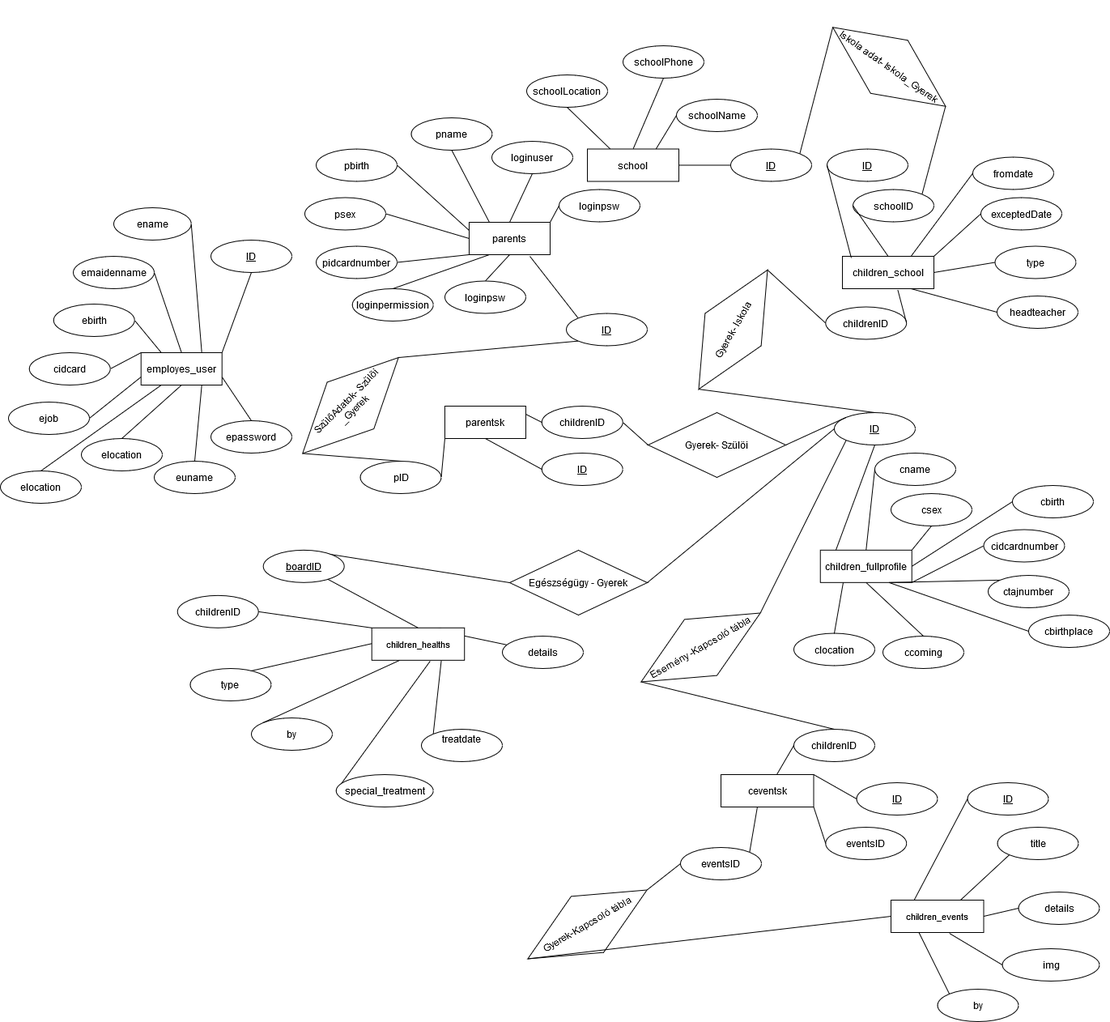
Before: Zaró dolgozat/E-K Diagram.png, a diagram exported from draw.io (UnicornsLover/Szakdolgozat2020). Source tidied: cells renumbered, new cells last; positions are measured from the earlier drawing's top-left corner, leaving out a move shared by most shapes.
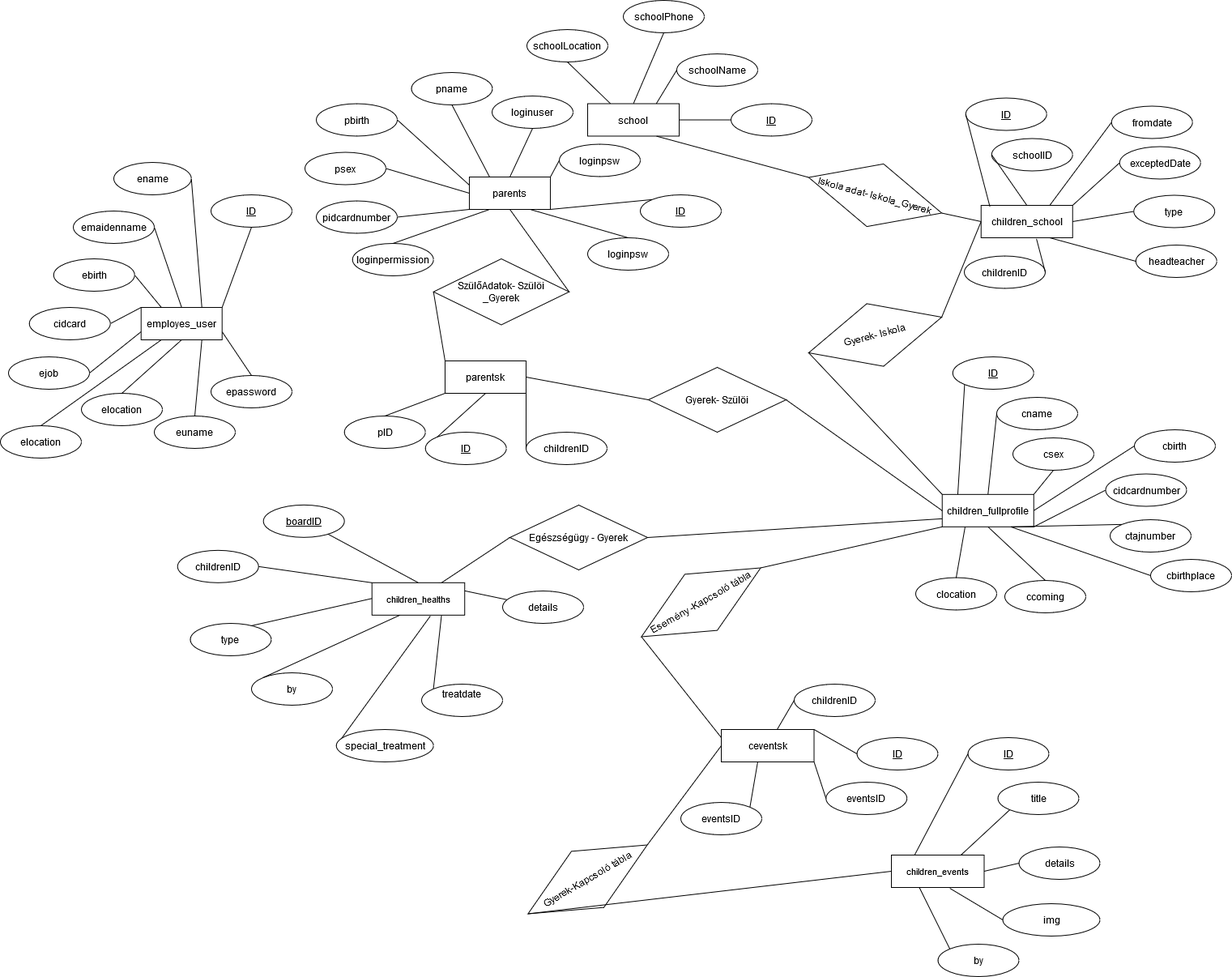
Later version of the same file.

Change to the diagram source:
```diff
@@ -38,8 +38,8 @@
     <mxCell id="13" value="&lt;div&gt;children_fullprofile&lt;/div&gt;" style="whiteSpace=wrap;html=1;align=center;" parent="1" vertex="1">
-      <mxGeometry x="1012.8" y="636.8" width="113" height="40" as="geometry" />
+      <mxGeometry x="1162.8" y="623.8" width="113" height="40" as="geometry" />
     </mxCell>
     <mxCell id="14" value="ID" style="ellipse;whiteSpace=wrap;html=1;align=center;fontStyle=4;" parent="1" vertex="1">
-      <mxGeometry x="1030" y="467" width="100" height="40" as="geometry" />
+      <mxGeometry x="1175.8" y="454" width="100" height="40" as="geometry" />
     </mxCell>
-    <mxCell id="15" style="endArrow=none;html=1;rounded=0;entryX=0.5;entryY=1;entryDx=0;entryDy=0;exitX=0.17;exitY=0;exitDx=0;exitDy=0;exitPerimeter=0;" parent="1" edge="1" source="13" target="14">
+    <mxCell id="15" style="endArrow=none;html=1;rounded=0;exitX=0.17;exitY=0;exitDx=0;exitDy=0;exitPerimeter=0;entryX=0;entryY=1;entryDx=0;entryDy=0;" parent="1" edge="1" source="13" target="14">
       <mxGeometry relative="1" as="geometry" />
@@ -47,3 +47,3 @@
     <mxCell id="16" value="cname" style="ellipse;whiteSpace=wrap;html=1;align=center;" parent="1" vertex="1">
-      <mxGeometry x="1080" y="517" width="100" height="40" as="geometry" />
+      <mxGeometry x="1230" y="504" width="100" height="40" as="geometry" />
     </mxCell>
@@ -53,3 +53,3 @@
     <mxCell id="18" value="csex" style="ellipse;whiteSpace=wrap;html=1;align=center;" parent="1" vertex="1">
-      <mxGeometry x="1100" y="567" width="100" height="40" as="geometry" />
+      <mxGeometry x="1250" y="554" width="100" height="40" as="geometry" />
     </mxCell>
@@ -59,3 +59,3 @@
     <mxCell id="20" value="cidcardnumber" style="ellipse;whiteSpace=wrap;html=1;align=center;" parent="1" vertex="1">
-      <mxGeometry x="1214.5" y="611.5" width="100" height="40" as="geometry" />
+      <mxGeometry x="1364.5" y="598.5" width="100" height="40" as="geometry" />
     </mxCell>
@@ -65,3 +65,3 @@
     <mxCell id="22" value="cbirth" style="ellipse;whiteSpace=wrap;html=1;align=center;" parent="1" vertex="1">
-      <mxGeometry x="1250" y="557" width="100" height="40" as="geometry" />
+      <mxGeometry x="1400" y="544" width="100" height="40" as="geometry" />
     </mxCell>
@@ -71,3 +71,3 @@
     <mxCell id="24" value="&lt;div&gt;ccoming&lt;/div&gt;" style="ellipse;whiteSpace=wrap;html=1;align=center;" parent="1" vertex="1">
-      <mxGeometry x="1090" y="743" width="100" height="40" as="geometry" />
+      <mxGeometry x="1240" y="730" width="100" height="40" as="geometry" />
     </mxCell>
@@ -91,3 +91,3 @@
     </mxCell>
-    <mxCell id="31" style="endArrow=none;html=1;rounded=0;exitX=0.5;exitY=0;exitDx=0;exitDy=0;entryX=0;entryY=0.5;entryDx=0;entryDy=0;" parent="1" edge="1" source="133" target="83">
+    <mxCell id="31" style="endArrow=none;html=1;rounded=0;exitX=0.75;exitY=0;exitDx=0;exitDy=0;entryX=0;entryY=0.5;entryDx=0;entryDy=0;" parent="1" edge="1" source="30" target="83">
       <mxGeometry relative="1" as="geometry" />
@@ -159,8 +159,6 @@
     <mxCell id="52" value="ID" style="ellipse;whiteSpace=wrap;html=1;align=center;fontStyle=4;" parent="1" vertex="1">
-      <mxGeometry x="699" y="344.5" width="100" height="40" as="geometry" />
+      <mxGeometry x="790" y="254" width="100" height="40" as="geometry" />
     </mxCell>
-    <mxCell id="53" style="endArrow=none;html=1;rounded=0;entryX=0;entryY=0;entryDx=0;entryDy=0;" parent="1" edge="1" target="52">
-      <mxGeometry relative="1" as="geometry">
-        <mxPoint x="654" y="274" as="sourcePoint" />
-      </mxGeometry>
+    <mxCell id="53" style="endArrow=none;html=1;rounded=0;entryX=0;entryY=0;entryDx=0;entryDy=0;exitX=1;exitY=1;exitDx=0;exitDy=0;" parent="1" edge="1" source="47" target="52">
+      <mxGeometry relative="1" as="geometry" />
     </mxCell>
@@ -173,3 +171,3 @@
     <mxCell id="56" value="ctajnumber" style="ellipse;whiteSpace=wrap;html=1;align=center;" parent="1" vertex="1">
-      <mxGeometry x="1220" y="668" width="100" height="40" as="geometry" />
+      <mxGeometry x="1370" y="655" width="100" height="40" as="geometry" />
     </mxCell>
@@ -188,3 +186,3 @@
     <mxCell id="61" value="loginpsw" style="ellipse;whiteSpace=wrap;html=1;align=center;" parent="1" vertex="1">
-      <mxGeometry x="549" y="304.5" width="100" height="40" as="geometry" />
+      <mxGeometry x="725" y="307" width="100" height="40" as="geometry" />
     </mxCell>
@@ -199,3 +197,3 @@
     </mxCell>
-    <mxCell id="65" style="endArrow=none;html=1;rounded=0;entryX=0.5;entryY=0;entryDx=0;entryDy=0;exitX=0.5;exitY=1;exitDx=0;exitDy=0;" parent="1" edge="1" source="47" target="61">
+    <mxCell id="65" style="endArrow=none;html=1;rounded=0;entryX=0.5;entryY=0;entryDx=0;entryDy=0;exitX=0.75;exitY=1;exitDx=0;exitDy=0;" parent="1" edge="1" source="47" target="61">
       <mxGeometry relative="1" as="geometry" />
@@ -205,6 +203,6 @@
     </mxCell>
-    <mxCell id="67" style="endArrow=none;html=1;rounded=0;exitX=0;exitY=1;exitDx=0;exitDy=0;entryX=1;entryY=0.5;entryDx=0;entryDy=0;" parent="1" edge="1" source="52" target="131">
+    <mxCell id="67" style="endArrow=none;html=1;rounded=0;entryX=1;entryY=0.5;entryDx=0;entryDy=0;exitX=0.5;exitY=1;exitDx=0;exitDy=0;" parent="1" edge="1" source="47" target="131">
       <mxGeometry relative="1" as="geometry" />
     </mxCell>
-    <mxCell id="68" style="endArrow=none;html=1;rounded=0;exitX=1;exitY=0.5;exitDx=0;exitDy=0;entryX=0;entryY=0;entryDx=0;entryDy=0;" parent="1" edge="1" source="66" target="14">
+    <mxCell id="68" style="endArrow=none;html=1;rounded=0;exitX=1;exitY=0.5;exitDx=0;exitDy=0;entryX=0;entryY=0.5;entryDx=0;entryDy=0;" parent="1" edge="1" source="66" target="13">
       <mxGeometry relative="1" as="geometry" />
@@ -235,6 +233,6 @@
     </mxCell>
-    <mxCell id="77" style="endArrow=none;html=1;rounded=0;entryX=0;entryY=0.5;entryDx=0;entryDy=0;exitX=0.5;exitY=0;exitDx=0;exitDy=0;" parent="1" edge="1" source="72" target="76">
+    <mxCell id="77" style="endArrow=none;html=1;rounded=0;entryX=0;entryY=0.5;entryDx=0;entryDy=0;exitX=0;exitY=0.25;exitDx=0;exitDy=0;" parent="1" edge="1" source="69" target="76">
       <mxGeometry relative="1" as="geometry" />
     </mxCell>
-    <mxCell id="78" style="endArrow=none;html=1;rounded=0;exitX=0;exitY=1;exitDx=0;exitDy=0;entryX=1;entryY=0.5;entryDx=0;entryDy=0;" parent="1" edge="1" source="14" target="76">
+    <mxCell id="78" style="endArrow=none;html=1;rounded=0;exitX=0;exitY=1;exitDx=0;exitDy=0;entryX=1;entryY=0.5;entryDx=0;entryDy=0;" parent="1" edge="1" source="13" target="76">
       <mxGeometry relative="1" as="geometry" />
@@ -244,3 +242,3 @@
     </mxCell>
-    <mxCell id="80" style="endArrow=none;html=1;rounded=0;entryX=1;entryY=0.5;entryDx=0;entryDy=0;exitX=0;exitY=0.5;exitDx=0;exitDy=0;" parent="1" edge="1" source="147" target="79">
+    <mxCell id="80" style="endArrow=none;html=1;rounded=0;entryX=1;entryY=0.5;entryDx=0;entryDy=0;exitX=0;exitY=0.5;exitDx=0;exitDy=0;" parent="1" edge="1" source="69" target="79">
       <mxGeometry relative="1" as="geometry" />
@@ -250,3 +248,3 @@
     </mxCell>
-    <mxCell id="82" style="endArrow=none;html=1;rounded=0;exitX=0;exitY=0.5;exitDx=0;exitDy=0;entryX=1;entryY=0.5;entryDx=0;entryDy=0;" parent="1" edge="1" source="14" target="83">
+    <mxCell id="82" style="endArrow=none;html=1;rounded=0;exitX=0;exitY=0.75;exitDx=0;exitDy=0;entryX=1;entryY=0.5;entryDx=0;entryDy=0;" parent="1" edge="1" source="13" target="83">
       <mxGeometry relative="1" as="geometry" />
@@ -275,3 +273,3 @@
     <mxCell id="90" value="cbirthplace" style="ellipse;whiteSpace=wrap;html=1;align=center;" parent="1" vertex="1">
-      <mxGeometry x="1270" y="717" width="100" height="40" as="geometry" />
+      <mxGeometry x="1420" y="704" width="100" height="40" as="geometry" />
     </mxCell>
@@ -282,4 +280,4 @@
       <mxGeometry relative="1" as="geometry">
-        <mxPoint x="1230" y="797" as="sourcePoint" />
-        <mxPoint x="1230" y="797" as="targetPoint" />
+        <mxPoint x="1380" y="784" as="sourcePoint" />
+        <mxPoint x="1380" y="784" as="targetPoint" />
       </mxGeometry>
@@ -287,3 +285,3 @@
     <mxCell id="93" value="clocation" style="ellipse;whiteSpace=wrap;html=1;align=center;" parent="1" vertex="1">
-      <mxGeometry x="980" y="739.5" width="100" height="40" as="geometry" />
+      <mxGeometry x="1130" y="726.5" width="100" height="40" as="geometry" />
     </mxCell>
@@ -293,9 +291,9 @@
     <mxCell id="95" value="&lt;div&gt;children_school&lt;/div&gt;" style="whiteSpace=wrap;html=1;align=center;" parent="1" vertex="1">
-      <mxGeometry x="1040" y="274" width="113" height="40" as="geometry" />
+      <mxGeometry x="1210.8" y="267" width="113" height="40" as="geometry" />
     </mxCell>
     <mxCell id="96" value="ID" style="ellipse;whiteSpace=wrap;html=1;align=center;fontStyle=4;" parent="1" vertex="1">
-      <mxGeometry x="1021" y="141.5" width="100" height="40" as="geometry" />
+      <mxGeometry x="1191.8" y="134.5" width="100" height="40" as="geometry" />
     </mxCell>
     <mxCell id="97" value="schoolID" style="ellipse;whiteSpace=wrap;html=1;align=center;" parent="1" vertex="1">
-      <mxGeometry x="1053" y="191.5" width="100" height="40" as="geometry" />
+      <mxGeometry x="1223.8" y="184.5" width="100" height="40" as="geometry" />
     </mxCell>
@@ -308,6 +306,6 @@
     <mxCell id="100" value="fromdate" style="ellipse;whiteSpace=wrap;html=1;align=center;" parent="1" vertex="1">
-      <mxGeometry x="1201" y="151.5" width="100" height="40" as="geometry" />
+      <mxGeometry x="1371.8" y="144.5" width="100" height="40" as="geometry" />
     </mxCell>
     <mxCell id="101" value="exceptedDate" style="ellipse;whiteSpace=wrap;html=1;align=center;" parent="1" vertex="1">
-      <mxGeometry x="1211" y="201.5" width="100" height="40" as="geometry" />
+      <mxGeometry x="1381.8" y="194.5" width="100" height="40" as="geometry" />
     </mxCell>
@@ -320,3 +318,3 @@
     <mxCell id="104" value="&lt;div&gt;headteacher&lt;/div&gt;" style="ellipse;whiteSpace=wrap;html=1;align=center;" parent="1" vertex="1">
-      <mxGeometry x="1231" y="323" width="100" height="40" as="geometry" />
+      <mxGeometry x="1401.8" y="316" width="100" height="40" as="geometry" />
     </mxCell>
@@ -325,3 +323,3 @@
     </mxCell>
-    <mxCell id="106" style="endArrow=none;html=1;rounded=0;exitX=0;exitY=0.5;exitDx=0;exitDy=0;entryX=0.5;entryY=0;entryDx=0;entryDy=0;" parent="1" edge="1" source="109" target="14">
+    <mxCell id="106" style="endArrow=none;html=1;rounded=0;exitX=0;exitY=0.5;exitDx=0;exitDy=0;entryX=0;entryY=0;entryDx=0;entryDy=0;" parent="1" edge="1" source="109" target="13">
       <mxGeometry relative="1" as="geometry" />
@@ -329,3 +327,3 @@
     <mxCell id="107" value="type" style="ellipse;whiteSpace=wrap;html=1;align=center;" parent="1" vertex="1">
-      <mxGeometry x="1228.5" y="261.5" width="100" height="40" as="geometry" />
+      <mxGeometry x="1399.2" y="254.5" width="100" height="40" as="geometry" />
     </mxCell>
@@ -334,4 +332,4 @@
     </mxCell>
-    <mxCell id="109" value="&lt;div&gt;Gyerek- Iskola&lt;br&gt;&lt;/div&gt;" style="shape=rhombus;perimeter=rhombusPerimeter;whiteSpace=wrap;html=1;align=center;rotation=-60;" parent="1" vertex="1">
-      <mxGeometry x="820" y="324.5" width="170" height="80" as="geometry" />
+    <mxCell id="109" value="&lt;div&gt;Gyerek- Iskola&lt;br&gt;&lt;/div&gt;" style="shape=rhombus;perimeter=rhombusPerimeter;whiteSpace=wrap;html=1;align=center;rotation=-15;" parent="1" vertex="1">
+      <mxGeometry x="995" y="387" width="170" height="80" as="geometry" />
     </mxCell>
@@ -364,12 +362,12 @@
     </mxCell>
-    <mxCell id="119" style="endArrow=none;html=1;rounded=0;exitX=1;exitY=0.5;exitDx=0;exitDy=0;entryX=0;entryY=0.5;entryDx=0;entryDy=0;" parent="1" edge="1" source="109" target="139">
+    <mxCell id="119" style="endArrow=none;html=1;rounded=0;exitX=1;exitY=0.5;exitDx=0;exitDy=0;entryX=0;entryY=0.5;entryDx=0;entryDy=0;" parent="1" edge="1" source="109" target="95">
       <mxGeometry relative="1" as="geometry" />
     </mxCell>
-    <mxCell id="120" style="endArrow=none;html=1;rounded=0;exitX=1;exitY=0;exitDx=0;exitDy=0;entryX=0;entryY=0.5;entryDx=0;entryDy=0;" parent="1" edge="1" source="111" target="121">
+    <mxCell id="120" style="endArrow=none;html=1;rounded=0;entryX=0;entryY=0.5;entryDx=0;entryDy=0;exitX=0.75;exitY=1;exitDx=0;exitDy=0;" parent="1" edge="1" source="110" target="121">
       <mxGeometry relative="1" as="geometry" />
     </mxCell>
-    <mxCell id="121" value="&lt;div&gt;Iskola adat- Iskola_Gyerek&lt;br&gt;&lt;/div&gt;" style="shape=rhombus;perimeter=rhombusPerimeter;whiteSpace=wrap;html=1;align=center;rotation=35;" parent="1" vertex="1">
-      <mxGeometry x="1012.8" width="170" height="80" as="geometry" />
+    <mxCell id="121" value="&lt;div&gt;Iskola adat- Iskola_Gyerek&lt;br&gt;&lt;/div&gt;" style="shape=rhombus;perimeter=rhombusPerimeter;whiteSpace=wrap;html=1;align=center;rotation=15;" parent="1" vertex="1">
+      <mxGeometry x="995" y="214.5" width="170" height="80" as="geometry" />
     </mxCell>
-    <mxCell id="122" style="endArrow=none;html=1;rounded=0;exitX=1;exitY=0;exitDx=0;exitDy=0;entryX=1;entryY=0.5;entryDx=0;entryDy=0;" parent="1" edge="1" source="97" target="121">
+    <mxCell id="122" style="endArrow=none;html=1;rounded=0;exitX=0;exitY=0.5;exitDx=0;exitDy=0;entryX=1;entryY=0.5;entryDx=0;entryDy=0;" parent="1" edge="1" source="95" target="121">
       <mxGeometry relative="1" as="geometry" />
@@ -380,26 +378,28 @@
     <mxCell id="124" value="ID" style="ellipse;whiteSpace=wrap;html=1;align=center;fontStyle=4;" parent="1" vertex="1">
-      <mxGeometry x="668.7" y="517" width="100" height="40" as="geometry" />
+      <mxGeometry x="524.7" y="547" width="100" height="40" as="geometry" />
     </mxCell>
     <mxCell id="125" value="pID" style="ellipse;whiteSpace=wrap;html=1;align=center;" parent="1" vertex="1">
-      <mxGeometry x="444.5" y="527" width="100" height="40" as="geometry" />
+      <mxGeometry x="424.7" y="527" width="100" height="40" as="geometry" />
     </mxCell>
     <mxCell id="126" value="childrenID" style="ellipse;whiteSpace=wrap;html=1;align=center;" parent="1" vertex="1">
-      <mxGeometry x="668.7" y="459" width="100" height="40" as="geometry" />
+      <mxGeometry x="649" y="547" width="100" height="40" as="geometry" />
     </mxCell>
-    <mxCell id="127" style="endArrow=none;html=1;rounded=0;entryX=1;entryY=0.25;entryDx=0;entryDy=0;exitX=0;exitY=0.5;exitDx=0;exitDy=0;" parent="1" edge="1" source="126" target="123">
-      <mxGeometry relative="1" as="geometry" />
+    <mxCell id="127" style="endArrow=none;html=1;rounded=0;exitX=0;exitY=0.5;exitDx=0;exitDy=0;" parent="1" edge="1" source="126">
+      <mxGeometry relative="1" as="geometry">
+        <mxPoint x="649" y="494" as="targetPoint" />
+      </mxGeometry>
     </mxCell>
-    <mxCell id="128" style="endArrow=none;html=1;rounded=0;entryX=0;entryY=0.5;entryDx=0;entryDy=0;exitX=0.5;exitY=1;exitDx=0;exitDy=0;" parent="1" edge="1" source="123" target="124">
+    <mxCell id="128" style="endArrow=none;html=1;rounded=0;entryX=0;entryY=0;entryDx=0;entryDy=0;exitX=0.5;exitY=1;exitDx=0;exitDy=0;" parent="1" edge="1" source="123" target="124">
       <mxGeometry relative="1" as="geometry" />
     </mxCell>
-    <mxCell id="129" style="endArrow=none;html=1;rounded=0;entryX=0;entryY=1;entryDx=0;entryDy=0;exitX=1;exitY=0.5;exitDx=0;exitDy=0;" parent="1" edge="1" source="125" target="123">
+    <mxCell id="129" style="endArrow=none;html=1;rounded=0;entryX=0;entryY=1;entryDx=0;entryDy=0;exitX=0.5;exitY=0;exitDx=0;exitDy=0;" parent="1" edge="1" source="125" target="123">
       <mxGeometry relative="1" as="geometry" />
     </mxCell>
-    <mxCell id="130" style="endArrow=none;html=1;rounded=0;entryX=1;entryY=0.5;entryDx=0;entryDy=0;exitX=0;exitY=0.5;exitDx=0;exitDy=0;" parent="1" edge="1" source="66" target="126">
+    <mxCell id="130" style="endArrow=none;html=1;rounded=0;entryX=1;entryY=0.5;entryDx=0;entryDy=0;exitX=0;exitY=0.5;exitDx=0;exitDy=0;" parent="1" edge="1" source="66" target="123">
       <mxGeometry relative="1" as="geometry" />
     </mxCell>
-    <mxCell id="131" value="&lt;div&gt;SzülőAdatok- Szülöi&lt;/div&gt;_Gyerek" style="shape=rhombus;perimeter=rhombusPerimeter;whiteSpace=wrap;html=1;align=center;rotation=-45;" parent="1" vertex="1">
-      <mxGeometry x="348.7" y="417.5" width="167.4" height="81.5" as="geometry" />
+    <mxCell id="131" value="&lt;div&gt;SzülőAdatok- Szülöi&lt;/div&gt;_Gyerek" style="shape=rhombus;perimeter=rhombusPerimeter;whiteSpace=wrap;html=1;align=center;rotation=0;" parent="1" vertex="1">
+      <mxGeometry x="534.7" y="333" width="167.4" height="81.5" as="geometry" />
     </mxCell>
-    <mxCell id="132" style="endArrow=none;html=1;rounded=0;entryX=0.5;entryY=0;entryDx=0;entryDy=0;exitX=0;exitY=0.5;exitDx=0;exitDy=0;" parent="1" edge="1" source="131" target="125">
+    <mxCell id="132" style="endArrow=none;html=1;rounded=0;entryX=0;entryY=0;entryDx=0;entryDy=0;exitX=0;exitY=0.5;exitDx=0;exitDy=0;" parent="1" edge="1" source="131" target="123">
       <mxGeometry relative="1" as="geometry" />
@@ -425,3 +425,3 @@
     <mxCell id="139" value="&lt;div&gt;childrenID&lt;/div&gt;" style="ellipse;whiteSpace=wrap;html=1;align=center;" parent="1" vertex="1">
-      <mxGeometry x="1019.2" y="336.5" width="100" height="40" as="geometry" />
+      <mxGeometry x="1190" y="329.5" width="100" height="40" as="geometry" />
     </mxCell>
```
